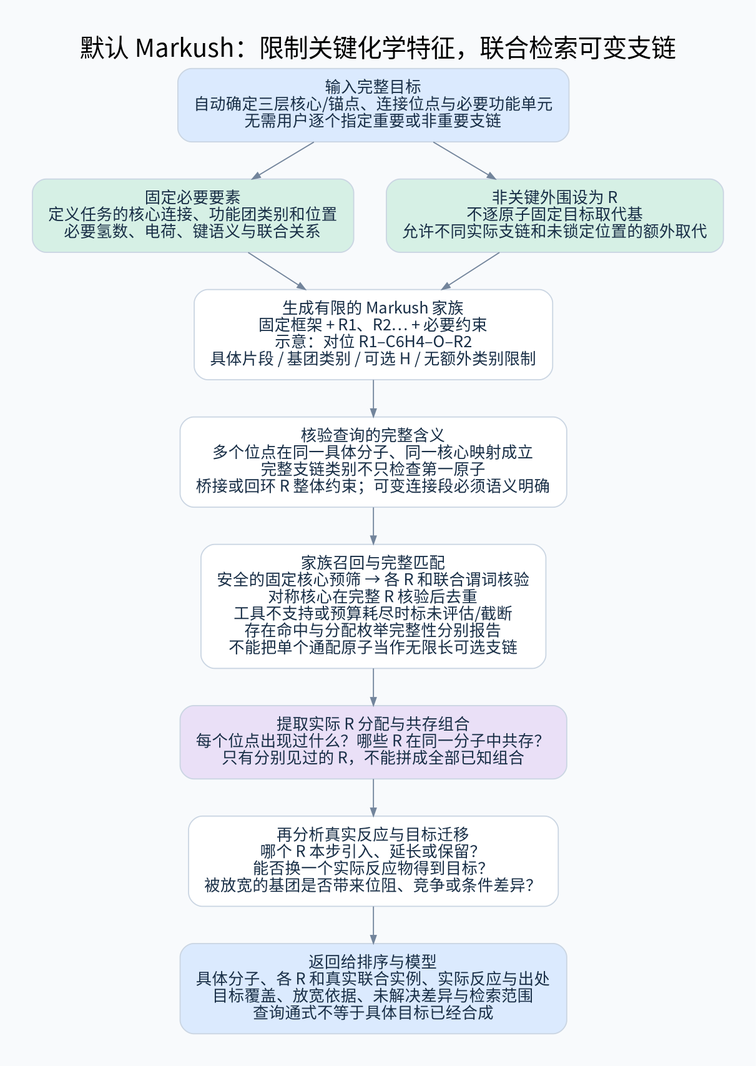
Before: diagrams/markush-query.png, a diagram exported from Graphviz (825728139/substructure_search). Its source is kept beside it as diagrams/markush-query.dot.
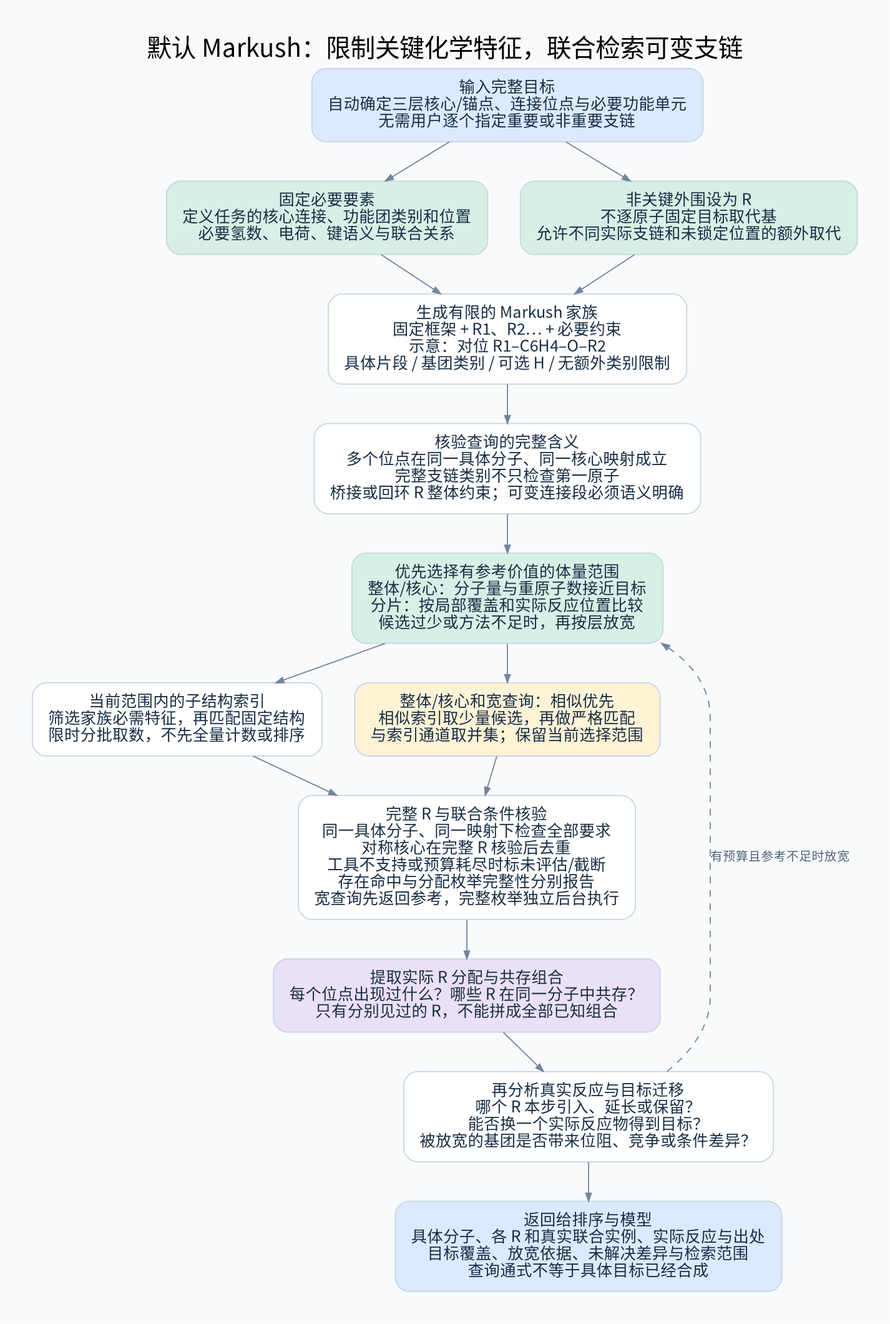
After the commit.

What changed in the source:
```diff
@@ -22,12 +22,22 @@
 多个位点在同一具体分子、同一核心映射成立
 完整支链类别不只检查第一原子
 桥接或回环 R 整体约束；可变连接段必须语义明确"];
-search [label="家族召回与完整匹配
-安全的固定核心预筛 → 各 R 和联合谓词核验
+scope [label="优先选择有参考价值的体量范围
+整体/核心：分子量与重原子数接近目标
+分片：按局部覆盖和实际反应位置比较
+候选过少或方法不足时，再按层放宽", fillcolor="#D6F0E5"];
+index [label="当前范围内的子结构索引
+筛选家族必需特征，再匹配固定结构
+限时分批取数，不先全量计数或排序"];
+similar [label="整体/核心和宽查询：相似优先
+相似索引取少量候选，再做严格匹配
+与索引通道取并集；保留当前选择范围", fillcolor="#FFF3D6"];
+search [label="完整 R 与联合条件核验
+同一具体分子、同一映射下检查全部要求
 对称核心在完整 R 核验后去重
 工具不支持或预算耗尽时标未评估/截断
 存在命中与分配枚举完整性分别报告
-不能把单个通配原子当作无限长可选支链"];
+宽查询先返回参考，完整枚举独立后台执行"];
 result [label="提取实际 R 分配与共存组合
 每个位点出现过什么？哪些 R 在同一分子中共存？
 只有分别见过的 R，不能拼成全部已知组合", fillcolor="#EAE0F7"];
@@ -41,5 +51,10 @@
 查询通式不等于具体目标已经合成", fillcolor="#DBEAFE"];
 a -> fixed; a -> variable;
 fixed -> family; variable -> family;
-family -> relations -> search -> result -> reaction -> out;
+family -> relations -> scope;
+scope -> index -> search;
+scope -> similar;
+similar -> search;
+search -> result -> reaction -> out;
+reaction -> scope [style=dashed,label="有预算且参考不足时放宽"];
 }
```
